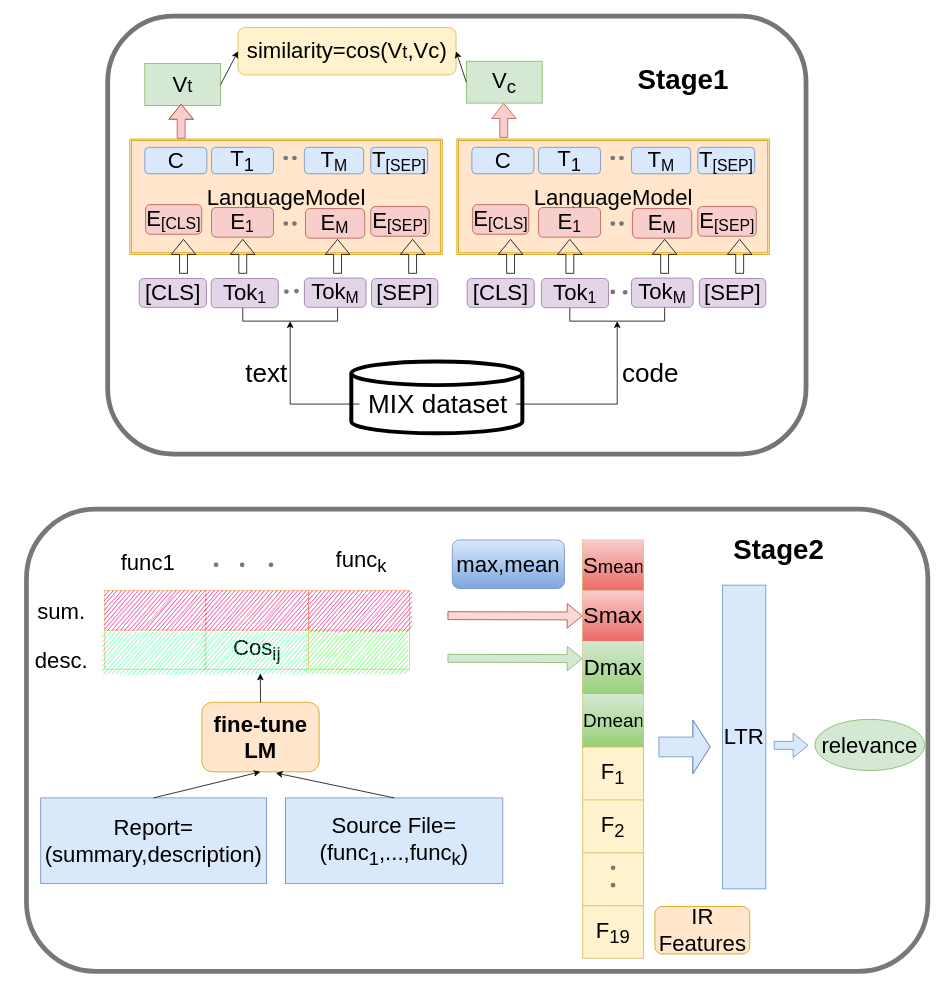
Before: Copy of V2_Untitled Diagram.drawio in hangdj/BERT-PLI-IJCAI2020, a draw.io diagram. Source tidied: cells renumbered, new cells numbered last; positions are measured from the earlier drawing's top-left corner, leaving out a move shared by most shapes. Both pictures are drawn from the tidied source at 79%, with x=0, y=0 at pixel (13, 16).
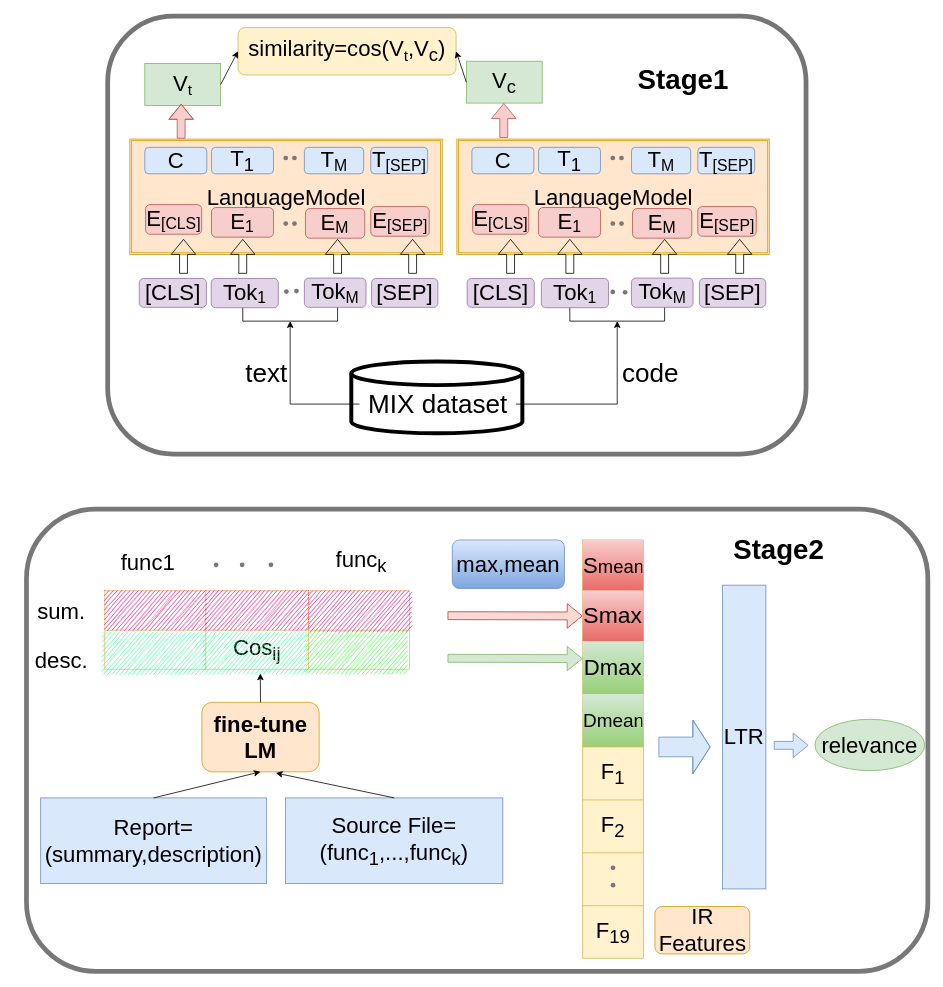
After the change.

Change to the diagram source:
```diff
@@
-    <mxCell id="17" value="&lt;font style=&quot;font-size: 28px&quot;&gt;V&lt;/font&gt;&lt;font style=&quot;font-size: 23.3333px&quot;&gt;t&lt;/font&gt;" style="rounded=0;whiteSpace=wrap;html=1;fillColor=#d5e8d4;strokeColor=#82b366;" parent="1" vertex="1">
+    <mxCell id="17" value="&lt;font style=&quot;font-size: 28px&quot;&gt;V&lt;/font&gt;&lt;font style=&quot;font-size: 23.3333px&quot;&gt;&lt;sub&gt;t&lt;/sub&gt;&lt;/font&gt;" style="rounded=0;whiteSpace=wrap;html=1;fillColor=#d5e8d4;strokeColor=#82b366;" parent="1" vertex="1">
       <mxGeometry x="165.8" y="60" width="96" height="53" as="geometry" />
     </mxCell>
@@
-    <mxCell id="81" value="&lt;font style=&quot;font-size: 28px&quot;&gt;similarity=cos(V&lt;/font&gt;&lt;font&gt;&lt;span style=&quot;font-size: 23.3333px&quot;&gt;t&lt;/span&gt;&lt;span style=&quot;font-size: 28px&quot;&gt;,Vc&lt;/span&gt;&lt;span style=&quot;font-size: 28px&quot;&gt;)&lt;/span&gt;&lt;/font&gt;" style="rounded=1;whiteSpace=wrap;html=1;fillColor=#fff2cc;strokeColor=#d6b656;" parent="1" vertex="1">
+    <mxCell id="81" value="&lt;font style=&quot;font-size: 28px&quot;&gt;similarity=cos(V&lt;/font&gt;&lt;font&gt;&lt;span style=&quot;font-size: 23.3333px&quot;&gt;&lt;sub&gt;t&lt;/sub&gt;&lt;/span&gt;&lt;span style=&quot;font-size: 28px&quot;&gt;,V&lt;sub&gt;c&lt;/sub&gt;&lt;/span&gt;&lt;span style=&quot;font-size: 28px&quot;&gt;)&lt;/span&gt;&lt;/font&gt;" style="rounded=1;whiteSpace=wrap;html=1;fillColor=#fff2cc;strokeColor=#d6b656;" parent="1" vertex="1">
       <mxGeometry x="283.8" y="14.4" width="276" height="60" as="geometry" />
     </mxCell>
```
